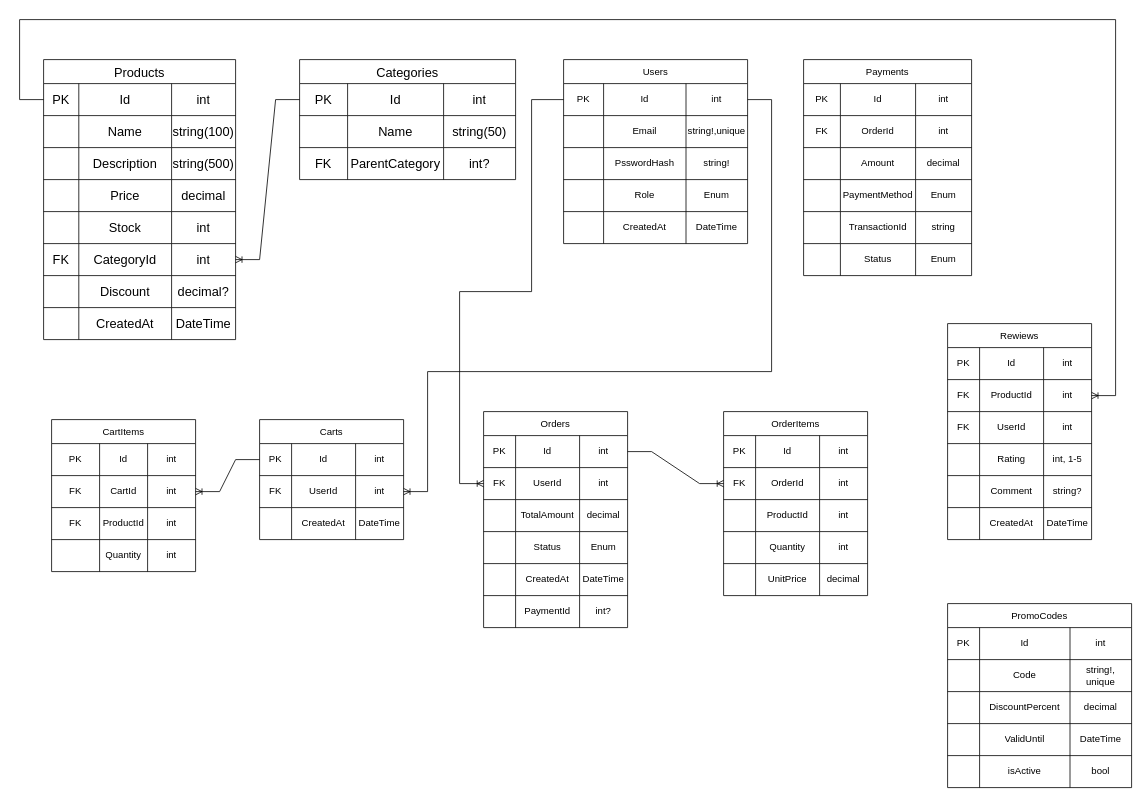
Before: ER диаграмма.drawio in BahodurTursunov/OnlineShop, a draw.io diagram. Source tidied: cells renumbered, new cells numbered last; positions are measured from the earlier drawing's top-left corner, leaving out a move shared by most shapes. Both pictures are drawn from the tidied source at 80%, with x=0, y=0 at pixel (19, 19).
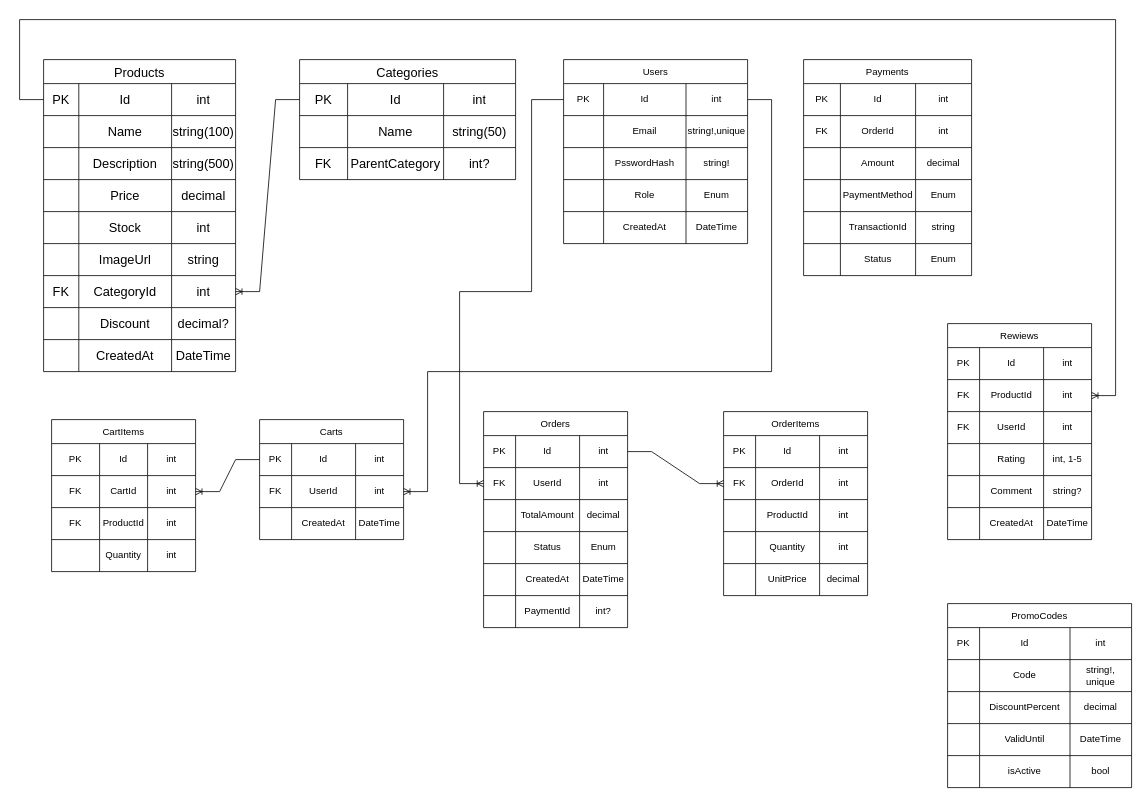
Above is the later version.

Change to the diagram source:
```diff
@@
     <mxCell id="2" value="Products" style="shape=table;startSize=30;childLayout=tableLayout;strokeColor=default;fontSize=16;" parent="1" vertex="1">
-      <mxGeometry x="30" y="50" width="240" height="350" as="geometry" />
+      <mxGeometry x="30" y="50" width="240" height="390" as="geometry" />
     </mxCell>
@@
+    <mxCell id="222" style="shape=tableRow;horizontal=0;startSize=0;swimlaneHead=0;swimlaneBody=0;strokeColor=inherit;top=0;left=0;bottom=0;right=0;fillColor=none;fontSize=16;" parent="2" vertex="1">
+      <mxGeometry y="230" width="240" height="40" as="geometry" />
+    </mxCell>
+    <mxCell id="223" style="shape=partialRectangle;html=1;whiteSpace=wrap;strokeColor=inherit;overflow=hidden;fillColor=none;top=0;left=0;bottom=0;right=0;fontSize=16;" parent="222" vertex="1">
+      <mxGeometry width="44" height="40" as="geometry" />
+    </mxCell>
+    <mxCell id="224" value="ImageUrl" style="shape=partialRectangle;html=1;whiteSpace=wrap;strokeColor=inherit;overflow=hidden;fillColor=none;top=0;left=0;bottom=0;right=0;fontSize=16;" parent="222" vertex="1">
+      <mxGeometry x="44" width="116" height="40" as="geometry" />
+    </mxCell>
+    <mxCell id="225" value="string" style="shape=partialRectangle;html=1;whiteSpace=wrap;strokeColor=inherit;overflow=hidden;fillColor=none;top=0;left=0;bottom=0;right=0;fontSize=16;" parent="222" vertex="1">
+      <mxGeometry x="160" width="80" height="40" as="geometry" />
+    </mxCell>
     <mxCell id="23" style="shape=tableRow;horizontal=0;startSize=0;swimlaneHead=0;swimlaneBody=0;strokeColor=inherit;top=0;left=0;bottom=0;right=0;fillColor=none;points=[[0,0.5],[1,0.5]];portConstraint=eastwest;fontSize=16;" parent="2" vertex="1">
-      <mxGeometry y="230" width="240" height="40" as="geometry" />
+      <mxGeometry y="270" width="240" height="40" as="geometry" />
     </mxCell>
@@
     <mxCell id="27" style="shape=tableRow;horizontal=0;startSize=0;swimlaneHead=0;swimlaneBody=0;strokeColor=inherit;top=0;left=0;bottom=0;right=0;fillColor=none;fontSize=16;" parent="2" vertex="1">
-      <mxGeometry y="270" width="240" height="40" as="geometry" />
+      <mxGeometry y="310" width="240" height="40" as="geometry" />
     </mxCell>
@@
     <mxCell id="31" style="shape=tableRow;horizontal=0;startSize=0;swimlaneHead=0;swimlaneBody=0;strokeColor=inherit;top=0;left=0;bottom=0;right=0;fillColor=none;fontSize=16;" parent="2" vertex="1">
-      <mxGeometry y="310" width="240" height="40" as="geometry" />
+      <mxGeometry y="350" width="240" height="40" as="geometry" />
     </mxCell>
```
